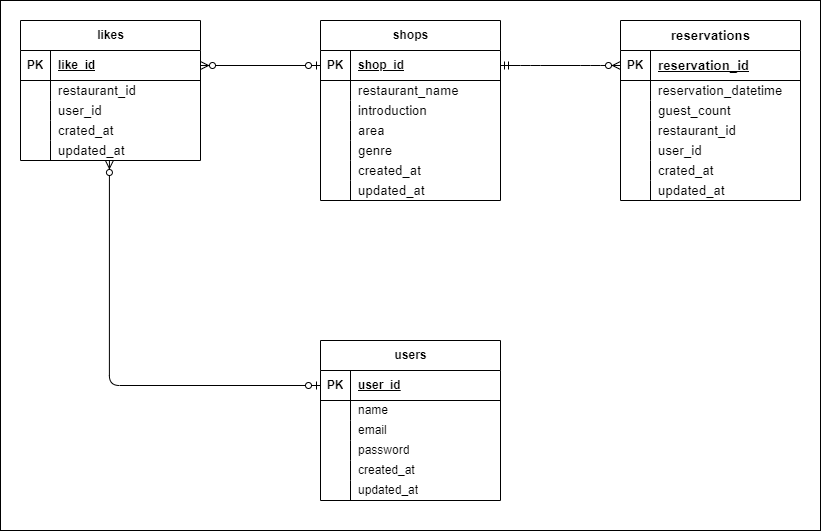
Earlier version of the draw.io export ER.drawio.png (seiya71/Rese). Source tidied: cells renumbered, new cells last; positions are measured from the earlier drawing's top-left corner, leaving out a move shared by most shapes.
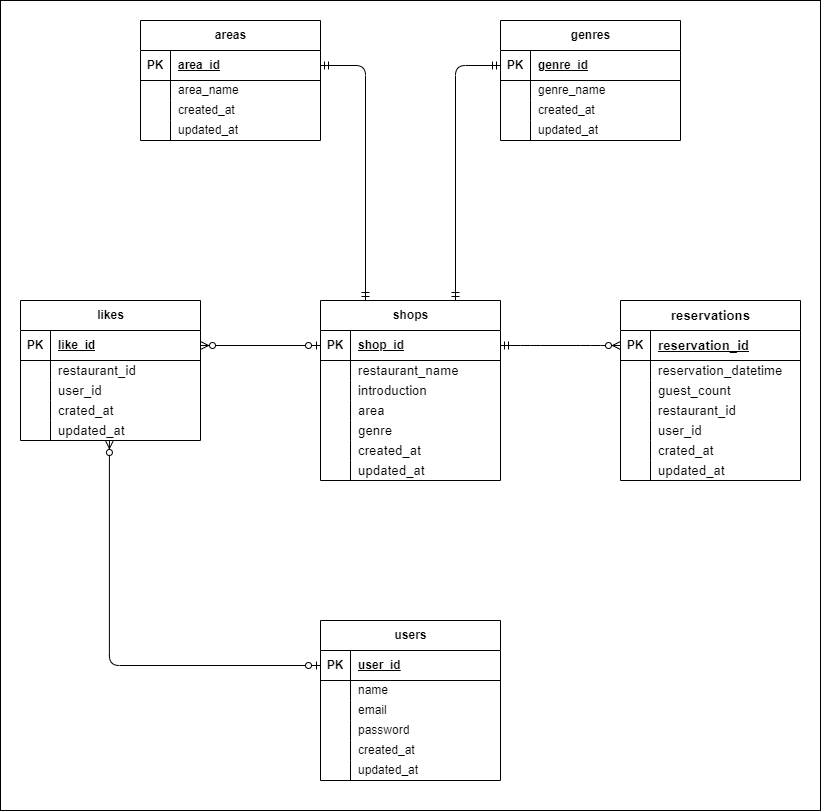
The same diagram one commit later.

What changed in the source:
```diff
@@ -3,7 +3,7 @@
     <mxCell id="0" />
     <mxCell id="1" parent="0" />
     <mxCell id="2" style="rounded=0;whiteSpace=wrap;html=1;" parent="1" vertex="1">
-      <mxGeometry width="820" height="530" as="geometry" />
+      <mxGeometry y="-280" width="820" height="810" as="geometry" />
     </mxCell>
     <mxCell id="3" value="users" style="shape=table;startSize=30;rowLines=0;fontStyle=1;align=center;html=1;" parent="1" vertex="1">
       <mxGeometry x="320" y="340" width="180" height="160" as="geometry" />
@@ -251,5 +251,89 @@
     <mxCell id="84" style="edgeStyle=entityRelationEdgeStyle;fontSize=12;html=1;endArrow=ERzeroToMany;startArrow=ERmandOne;exitX=1;exitY=0.5;exitDx=0;exitDy=0;entryX=0;entryY=0.5;entryDx=0;entryDy=0;" parent="1" edge="1" source="23" target="45">
       <mxGeometry relative="1" as="geometry" />
     </mxCell>
+    <mxCell id="85" value="areas" style="shape=table;startSize=30;rowLines=0;fontStyle=1;align=center;html=1;" parent="1" vertex="1">
+      <mxGeometry x="140" y="-260" width="180" height="120" as="geometry" />
+    </mxCell>
+    <mxCell id="86" style="shape=tableRow;horizontal=0;startSize=0;swimlaneHead=0;swimlaneBody=0;fillColor=none;points=[[0,0.5],[1,0.5]];portConstraint=eastwest;top=0;left=0;right=0;bottom=1;" parent="85" vertex="1">
+      <mxGeometry y="30" width="180" height="30" as="geometry" />
+    </mxCell>
+    <mxCell id="87" value="PK" style="shape=partialRectangle;fillColor=none;top=0;left=0;bottom=0;right=0;fontStyle=1;overflow=hidden;whiteSpace=wrap;html=1;" parent="86" vertex="1">
+      <mxGeometry width="30" height="30" as="geometry" />
+    </mxCell>
+    <mxCell id="88" value="area_id" style="shape=partialRectangle;fillColor=none;top=0;left=0;bottom=0;right=0;align=left;spacingLeft=6;fontStyle=5;overflow=hidden;whiteSpace=wrap;html=1;" parent="86" vertex="1">
+      <mxGeometry x="30" width="150" height="30" as="geometry" />
+    </mxCell>
+    <mxCell id="89" style="shape=tableRow;horizontal=0;startSize=0;swimlaneHead=0;swimlaneBody=0;fillColor=none;top=0;left=0;right=0;bottom=0;" parent="85" vertex="1">
+      <mxGeometry y="60" width="180" height="20" as="geometry" />
+    </mxCell>
+    <mxCell id="90" style="shape=partialRectangle;fillColor=none;top=0;left=0;bottom=0;right=0;overflow=hidden;whiteSpace=wrap;html=1;" parent="89" vertex="1">
+      <mxGeometry width="30" height="20" as="geometry" />
+    </mxCell>
+    <mxCell id="91" value="area_name" style="shape=partialRectangle;fillColor=none;top=0;left=0;bottom=0;right=0;align=left;spacingLeft=6;overflow=hidden;whiteSpace=wrap;html=1;" parent="89" vertex="1">
+      <mxGeometry x="30" width="150" height="20" as="geometry" />
+    </mxCell>
+    <mxCell id="92" style="shape=tableRow;horizontal=0;startSize=0;swimlaneHead=0;swimlaneBody=0;fillColor=none;top=0;left=0;right=0;bottom=0;" parent="85" vertex="1">
+      <mxGeometry y="80" width="180" height="20" as="geometry" />
+    </mxCell>
+    <mxCell id="93" style="shape=partialRectangle;fillColor=none;top=0;left=0;bottom=0;right=0;overflow=hidden;whiteSpace=wrap;html=1;" parent="92" vertex="1">
+      <mxGeometry width="30" height="20" as="geometry" />
+    </mxCell>
+    <mxCell id="94" value="created_at" style="shape=partialRectangle;fillColor=none;top=0;left=0;bottom=0;right=0;align=left;spacingLeft=6;overflow=hidden;whiteSpace=wrap;html=1;" parent="92" vertex="1">
+      <mxGeometry x="30" width="150" height="20" as="geometry" />
+    </mxCell>
+    <mxCell id="95" style="shape=tableRow;horizontal=0;startSize=0;swimlaneHead=0;swimlaneBody=0;fillColor=none;top=0;left=0;right=0;bottom=0;" parent="85" vertex="1">
+      <mxGeometry y="100" width="180" height="20" as="geometry" />
+    </mxCell>
+    <mxCell id="96" style="shape=partialRectangle;fillColor=none;top=0;left=0;bottom=0;right=0;overflow=hidden;whiteSpace=wrap;html=1;" parent="95" vertex="1">
+      <mxGeometry width="30" height="20" as="geometry" />
+    </mxCell>
+    <mxCell id="97" value="updated_at" style="shape=partialRectangle;fillColor=none;top=0;left=0;bottom=0;right=0;align=left;spacingLeft=6;overflow=hidden;whiteSpace=wrap;html=1;" parent="95" vertex="1">
+      <mxGeometry x="30" width="150" height="20" as="geometry" />
+    </mxCell>
+    <mxCell id="98" value="genres" style="shape=table;startSize=30;rowLines=0;fontStyle=1;align=center;html=1;" parent="1" vertex="1">
+      <mxGeometry x="500" y="-260" width="180" height="120" as="geometry" />
+    </mxCell>
+    <mxCell id="99" style="shape=tableRow;horizontal=0;startSize=0;swimlaneHead=0;swimlaneBody=0;fillColor=none;points=[[0,0.5],[1,0.5]];portConstraint=eastwest;top=0;left=0;right=0;bottom=1;" parent="98" vertex="1">
+      <mxGeometry y="30" width="180" height="30" as="geometry" />
+    </mxCell>
+    <mxCell id="100" value="PK" style="shape=partialRectangle;fillColor=none;top=0;left=0;bottom=0;right=0;fontStyle=1;overflow=hidden;whiteSpace=wrap;html=1;" parent="99" vertex="1">
+      <mxGeometry width="30" height="30" as="geometry" />
+    </mxCell>
+    <mxCell id="101" value="genre_id" style="shape=partialRectangle;fillColor=none;top=0;left=0;bottom=0;right=0;align=left;spacingLeft=6;fontStyle=5;overflow=hidden;whiteSpace=wrap;html=1;" parent="99" vertex="1">
+      <mxGeometry x="30" width="150" height="30" as="geometry" />
+    </mxCell>
+    <mxCell id="102" style="shape=tableRow;horizontal=0;startSize=0;swimlaneHead=0;swimlaneBody=0;fillColor=none;top=0;left=0;right=0;bottom=0;" parent="98" vertex="1">
+      <mxGeometry y="60" width="180" height="20" as="geometry" />
+    </mxCell>
+    <mxCell id="103" style="shape=partialRectangle;fillColor=none;top=0;left=0;bottom=0;right=0;overflow=hidden;whiteSpace=wrap;html=1;" parent="102" vertex="1">
+      <mxGeometry width="30" height="20" as="geometry" />
+    </mxCell>
+    <mxCell id="104" value="genre_name" style="shape=partialRectangle;fillColor=none;top=0;left=0;bottom=0;right=0;align=left;spacingLeft=6;overflow=hidden;whiteSpace=wrap;html=1;" parent="102" vertex="1">
+      <mxGeometry x="30" width="150" height="20" as="geometry" />
+    </mxCell>
+    <mxCell id="105" style="shape=tableRow;horizontal=0;startSize=0;swimlaneHead=0;swimlaneBody=0;fillColor=none;top=0;left=0;right=0;bottom=0;" parent="98" vertex="1">
+      <mxGeometry y="80" width="180" height="20" as="geometry" />
+    </mxCell>
+    <mxCell id="106" style="shape=partialRectangle;fillColor=none;top=0;left=0;bottom=0;right=0;overflow=hidden;whiteSpace=wrap;html=1;" parent="105" vertex="1">
+      <mxGeometry width="30" height="20" as="geometry" />
+    </mxCell>
+    <mxCell id="107" value="created_at" style="shape=partialRectangle;fillColor=none;top=0;left=0;bottom=0;right=0;align=left;spacingLeft=6;overflow=hidden;whiteSpace=wrap;html=1;" parent="105" vertex="1">
+      <mxGeometry x="30" width="150" height="20" as="geometry" />
+    </mxCell>
+    <mxCell id="108" style="shape=tableRow;horizontal=0;startSize=0;swimlaneHead=0;swimlaneBody=0;fillColor=none;top=0;left=0;right=0;bottom=0;" parent="98" vertex="1">
+      <mxGeometry y="100" width="180" height="20" as="geometry" />
+    </mxCell>
+    <mxCell id="109" style="shape=partialRectangle;fillColor=none;top=0;left=0;bottom=0;right=0;overflow=hidden;whiteSpace=wrap;html=1;" parent="108" vertex="1">
+      <mxGeometry width="30" height="20" as="geometry" />
+    </mxCell>
+    <mxCell id="110" value="updated_at" style="shape=partialRectangle;fillColor=none;top=0;left=0;bottom=0;right=0;align=left;spacingLeft=6;overflow=hidden;whiteSpace=wrap;html=1;" parent="108" vertex="1">
+      <mxGeometry x="30" width="150" height="20" as="geometry" />
+    </mxCell>
+    <mxCell id="111" style="edgeStyle=orthogonalEdgeStyle;fontSize=12;html=1;endArrow=ERmandOne;startArrow=ERmandOne;entryX=0;entryY=0.5;entryDx=0;entryDy=0;exitX=0.75;exitY=0;exitDx=0;exitDy=0;" parent="1" edge="1" source="22" target="99">
+      <mxGeometry relative="1" as="geometry" />
+    </mxCell>
+    <mxCell id="112" style="edgeStyle=orthogonalEdgeStyle;fontSize=12;html=1;endArrow=ERmandOne;startArrow=ERmandOne;entryX=1;entryY=0.5;entryDx=0;entryDy=0;exitX=0.25;exitY=0;exitDx=0;exitDy=0;" parent="1" edge="1" source="22" target="86">
+      <mxGeometry relative="1" as="geometry" />
+    </mxCell>
   </root>
 </mxGraphModel>
```
